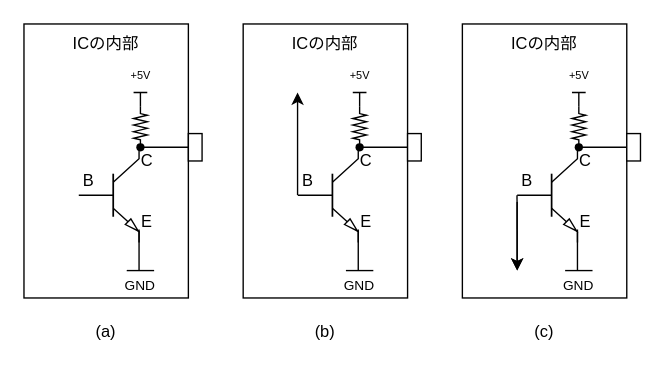
22060/2024_3IE_report keeps this draw.io diagram as 情報エレクトロニクス実験/issyuume/images/IC I/O.drawio. Above is the earlier version. Source tidied: cells renumbered, new cells numbered last; positions are measured from the earlier drawing's top-left corner, leaving out a move shared by most shapes. Both pictures are drawn from the tidied source at 137%, with x=0, y=0 at pixel (23, 23).
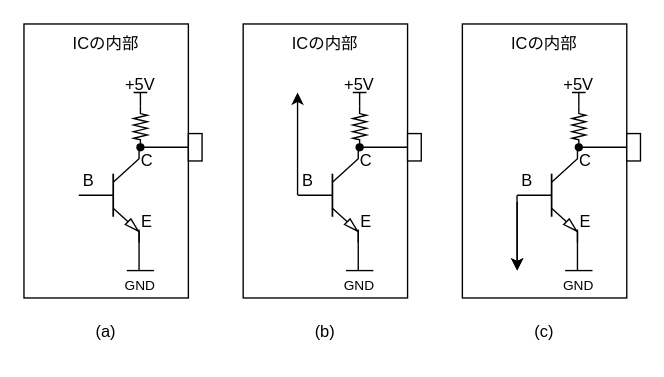
The same diagram, later.

Commit message:
O.drawio を更新します

The change refers to these unchanged cells:
```xml
<mxCell id="2" style="group;" parent="1" vertex="1">
  <mxGeometry width="130" height="200" as="geometry" />
</mxCell>
<mxCell id="17" style="group;" parent="1" vertex="1">
  <mxGeometry x="160" width="130" height="200" as="geometry" />
</mxCell>
<mxCell id="33" style="group;" parent="1" vertex="1">
  <mxGeometry x="320" width="130" height="200" as="geometry" />
</mxCell>
```

What changed in the source:
```diff
@@
-    <mxCell id="12" value="&lt;span style=&quot;font-size: 8px;&quot;&gt;+5V&lt;/span&gt;" style="verticalLabelPosition=top;verticalAlign=bottom;shape=mxgraph.electrical.signal_sources.vdd;shadow=0;dashed=0;align=center;strokeWidth=1;fontSize=24;html=1;flipV=1;" parent="2" vertex="1">
+    <mxCell id="12" style="verticalLabelPosition=top;verticalAlign=bottom;shape=mxgraph.electrical.signal_sources.vdd;shadow=0;dashed=0;align=center;strokeWidth=1;fontSize=24;html=1;flipV=1;" parent="2" vertex="1">
       <mxGeometry x="80" y="50" width="10" height="10" as="geometry" />
     </mxCell>
@@
+    <mxCell id="53" value="+5V" style="text;html=1;align=center;verticalAlign=middle;whiteSpace=wrap;rounded=0;" parent="2" vertex="1">
+      <mxGeometry x="55" y="30" width="60" height="30" as="geometry" />
+    </mxCell>
@@
-    <mxCell id="27" value="&lt;span style=&quot;font-size: 8px;&quot;&gt;+5V&lt;/span&gt;" style="verticalLabelPosition=top;verticalAlign=bottom;shape=mxgraph.electrical.signal_sources.vdd;shadow=0;dashed=0;align=center;strokeWidth=1;fontSize=24;html=1;flipV=1;" parent="17" vertex="1">
+    <mxCell id="27" style="verticalLabelPosition=top;verticalAlign=bottom;shape=mxgraph.electrical.signal_sources.vdd;shadow=0;dashed=0;align=center;strokeWidth=1;fontSize=24;html=1;flipV=1;" parent="17" vertex="1">
       <mxGeometry x="80" y="50" width="10" height="10" as="geometry" />
     </mxCell>
@@
+    <mxCell id="54" value="+5V" style="text;html=1;align=center;verticalAlign=middle;whiteSpace=wrap;rounded=0;" parent="17" vertex="1">
+      <mxGeometry x="55" y="30" width="60" height="30" as="geometry" />
+    </mxCell>
@@
-    <mxCell id="43" value="&lt;span style=&quot;font-size: 8px;&quot;&gt;+5V&lt;/span&gt;" style="verticalLabelPosition=top;verticalAlign=bottom;shape=mxgraph.electrical.signal_sources.vdd;shadow=0;dashed=0;align=center;strokeWidth=1;fontSize=24;html=1;flipV=1;" parent="33" vertex="1">
+    <mxCell id="43" style="verticalLabelPosition=top;verticalAlign=bottom;shape=mxgraph.electrical.signal_sources.vdd;shadow=0;dashed=0;align=center;strokeWidth=1;fontSize=24;html=1;flipV=1;" parent="33" vertex="1">
       <mxGeometry x="80" y="50" width="10" height="10" as="geometry" />
     </mxCell>
@@
+    <mxCell id="55" value="+5V" style="text;html=1;align=center;verticalAlign=middle;whiteSpace=wrap;rounded=0;" parent="33" vertex="1">
+      <mxGeometry x="55" y="30" width="60" height="30" as="geometry" />
+    </mxCell>
```
